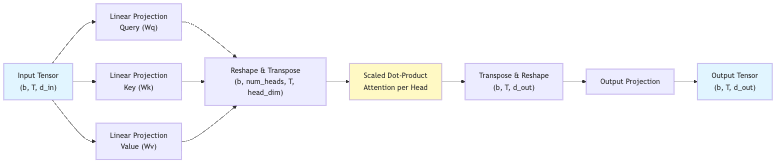
Above: book/figures/generated/causal_and_multihead_attention_fig02.png in tanishk147/LLM-Playlist-to-book (Mermaid), before the change. Its source is kept beside it as book/figures/generated/causal_and_multihead_attention_fig02.mmd. The source it was exported from:
```mermaid
graph LR
    A["Input Tensor<br/>(b, T, d_in)"] --> B["Linear Projection<br/>Query (Wq)"]
    A --> C["Linear Projection<br/>Key (Wk)"]
    A --> D["Linear Projection<br/>Value (Wv)"]
    B --> E["Reshape & Transpose<br/>(b, num_heads, T, head_dim)"]
    C --> E
    D --> E
    E --> F["Scaled Dot-Product<br/>Attention per Head"]
    F --> G["Transpose & Reshape<br/>(b, T, d_out)"]
    G --> H["Output Projection"]
    H --> I["Output Tensor<br/>(b, T, d_out)"]

    style A fill:#e1f5ff
    style I fill:#e1f5ff
    style F fill:#fff9c4
```
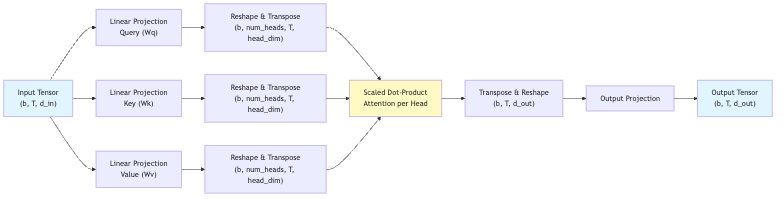
The same diagram one commit later.

Diff of the diagram source:
```diff
@@ -3,13 +3,14 @@
     A --> C["Linear Projection<br/>Key (Wk)"]
     A --> D["Linear Projection<br/>Value (Wv)"]
     B --> E["Reshape & Transpose<br/>(b, num_heads, T, head_dim)"]
-    C --> E
-    D --> E
-    E --> F["Scaled Dot-Product<br/>Attention per Head"]
-    F --> G["Transpose & Reshape<br/>(b, T, d_out)"]
-    G --> H["Output Projection"]
-    H --> I["Output Tensor<br/>(b, T, d_out)"]
-
+    C --> F["Reshape & Transpose<br/>(b, num_heads, T, head_dim)"]
+    D --> G["Reshape & Transpose<br/>(b, num_heads, T, head_dim)"]
+    E --> H["Scaled Dot-Product<br/>Attention per Head"]
+    F --> H
+    G --> H
+    H --> I["Transpose & Reshape<br/>(b, T, d_out)"]
+    I --> J["Output Projection"]
+    J --> K["Output Tensor<br/>(b, T, d_out)"]
     style A fill:#e1f5ff
-    style I fill:#e1f5ff
-    style F fill:#fff9c4
+    style K fill:#e1f5ff
+    style H fill:#fff9c4
```
